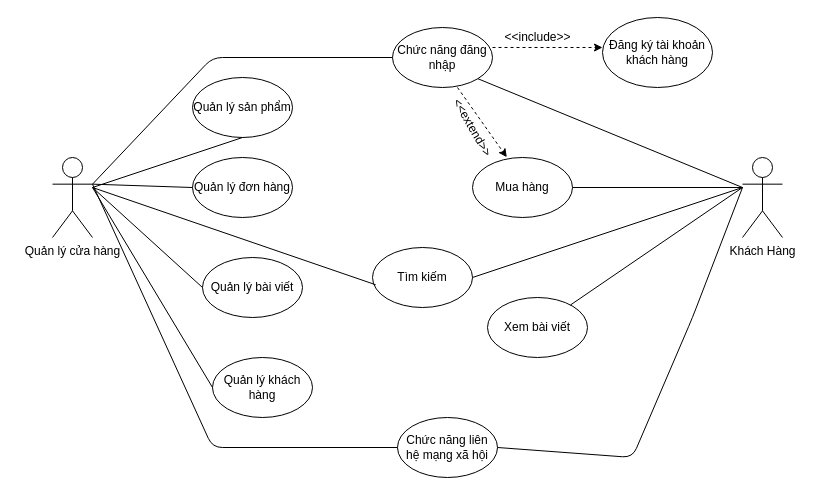
Earlier version of the draw.io diagram Untitled Diagram.drawio (truongflute/truongflute.github.io). Source tidied: cells renumbered, new cells numbered last; positions are measured from the earlier drawing's top-left corner, leaving out a move shared by most shapes. Both pictures are drawn from the tidied source at 100%, with x=0, y=0 at pixel (52, 17).
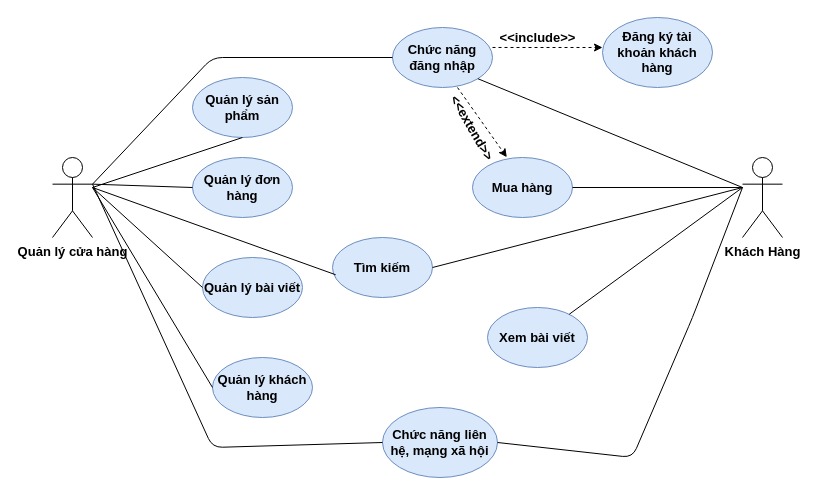
After the change.

What changed in the source:
```diff
@@
-    <mxCell id="2" value="Quản lý cửa hàng" style="shape=umlActor;verticalLabelPosition=bottom;verticalAlign=top;html=1;outlineConnect=0;" parent="1" vertex="1">
+    <mxCell id="2" value="Quản lý cửa hàng" style="shape=umlActor;verticalLabelPosition=bottom;verticalAlign=top;html=1;outlineConnect=0;fontSize=13;fontStyle=1;" parent="1" vertex="1">
       <mxGeometry y="140" width="40" height="80" as="geometry" />
     </mxCell>
-    <mxCell id="3" value="Chức năng đăng nhập" style="ellipse;whiteSpace=wrap;html=1;" parent="1" vertex="1">
+    <mxCell id="3" value="Chức năng đăng nhập" style="ellipse;whiteSpace=wrap;html=1;fillColor=#dae8fc;strokeColor=#6c8ebf;fontSize=13;fontStyle=1;" parent="1" vertex="1">
       <mxGeometry x="340" y="10" width="100" height="60" as="geometry" />
     </mxCell>
-    <mxCell id="4" value="Quản lý sản phẩm" style="ellipse;whiteSpace=wrap;html=1;" parent="1" vertex="1">
+    <mxCell id="4" value="Quản lý sản phẩm" style="ellipse;whiteSpace=wrap;html=1;fillColor=#dae8fc;strokeColor=#6c8ebf;fontSize=13;fontStyle=1;" parent="1" vertex="1">
       <mxGeometry x="140" y="60" width="100" height="60" as="geometry" />
     </mxCell>
-    <mxCell id="5" value="Quản lý đơn hàng" style="ellipse;whiteSpace=wrap;html=1;" parent="1" vertex="1">
+    <mxCell id="5" value="Quản lý đơn hàng" style="ellipse;whiteSpace=wrap;html=1;fillColor=#dae8fc;strokeColor=#6c8ebf;fontSize=13;fontStyle=1;" parent="1" vertex="1">
       <mxGeometry x="140" y="140" width="100" height="60" as="geometry" />
     </mxCell>
-    <mxCell id="6" value="Quản lý bài viết" style="ellipse;whiteSpace=wrap;html=1;" parent="1" vertex="1">
+    <mxCell id="6" value="Quản lý bài viết" style="ellipse;whiteSpace=wrap;html=1;fillColor=#dae8fc;strokeColor=#6c8ebf;fontSize=13;fontStyle=1;" parent="1" vertex="1">
       <mxGeometry x="150" y="240" width="100" height="60" as="geometry" />
     </mxCell>
-    <mxCell id="7" value="Quản lý khách hàng" style="ellipse;whiteSpace=wrap;html=1;" parent="1" vertex="1">
+    <mxCell id="7" value="Quản lý khách hàng" style="ellipse;whiteSpace=wrap;html=1;fillColor=#dae8fc;strokeColor=#6c8ebf;fontSize=13;fontStyle=1;" parent="1" vertex="1">
       <mxGeometry x="160" y="340" width="100" height="60" as="geometry" />
     </mxCell>
-    <mxCell id="8" style="endArrow=none;html=1;exitX=1;exitY=0.3333333333333333;exitDx=0;exitDy=0;exitPerimeter=0;" parent="1" edge="1" source="2" target="3">
+    <mxCell id="8" style="endArrow=none;html=1;exitX=1;exitY=0.3333333333333333;exitDx=0;exitDy=0;exitPerimeter=0;fontSize=13;fontStyle=1;" parent="1" edge="1" source="2" target="3">
       <mxGeometry relative="1" as="geometry">
         <Array as="points">
           <mxPoint x="160" y="40" />
         </Array>
       </mxGeometry>
     </mxCell>
-    <mxCell id="9" value="Khách Hàng" style="shape=umlActor;verticalLabelPosition=bottom;verticalAlign=top;html=1;" parent="1" vertex="1">
+    <mxCell id="9" value="Khách Hàng" style="shape=umlActor;verticalLabelPosition=bottom;verticalAlign=top;html=1;fontSize=13;fontStyle=1;" parent="1" vertex="1">
       <mxGeometry x="690" y="140" width="40" height="80" as="geometry" />
     </mxCell>
-    <mxCell id="10" style="endArrow=none;html=1;entryX=0.5;entryY=1;entryDx=0;entryDy=0;" parent="1" edge="1" target="4">
+    <mxCell id="10" style="endArrow=none;html=1;entryX=0.5;entryY=1;entryDx=0;entryDy=0;fontSize=13;fontStyle=1;" parent="1" edge="1" target="4">
       <mxGeometry relative="1" as="geometry">
         <mxPoint x="40" y="170" as="sourcePoint" />
       </mxGeometry>
     </mxCell>
-    <mxCell id="11" style="endArrow=none;html=1;entryX=1;entryY=0.3333333333333333;entryDx=0;entryDy=0;entryPerimeter=0;exitX=0;exitY=0.5;exitDx=0;exitDy=0;" parent="1" edge="1" source="5" target="2">
+    <mxCell id="11" style="endArrow=none;html=1;entryX=1;entryY=0.3333333333333333;entryDx=0;entryDy=0;entryPerimeter=0;exitX=0;exitY=0.5;exitDx=0;exitDy=0;fontSize=13;fontStyle=1;" parent="1" edge="1" source="5" target="2">
       <mxGeometry relative="1" as="geometry" />
     </mxCell>
-    <mxCell id="12" style="endArrow=none;html=1;entryX=0;entryY=0.5;entryDx=0;entryDy=0;" parent="1" edge="1" target="6">
+    <mxCell id="12" style="endArrow=none;html=1;entryX=0;entryY=0.5;entryDx=0;entryDy=0;fontSize=13;fontStyle=1;" parent="1" edge="1" target="6">
       <mxGeometry relative="1" as="geometry">
         <mxPoint x="40" y="170" as="sourcePoint" />
       </mxGeometry>
     </mxCell>
-    <mxCell id="13" style="endArrow=none;html=1;exitX=0;exitY=0.5;exitDx=0;exitDy=0;" parent="1" edge="1" source="7">
+    <mxCell id="13" style="endArrow=none;html=1;exitX=0;exitY=0.5;exitDx=0;exitDy=0;fontSize=13;fontStyle=1;" parent="1" edge="1" source="7">
       <mxGeometry relative="1" as="geometry">
         <mxPoint x="40" y="170" as="targetPoint" />
       </mxGeometry>
     </mxCell>
-    <mxCell id="14" value="Chức năng liên hệ mạng xã hội" style="ellipse;whiteSpace=wrap;html=1;" parent="1" vertex="1">
-      <mxGeometry x="345" y="400" width="100" height="60" as="geometry" />
+    <mxCell id="14" value="Chức năng liên hệ, mạng xã hội" style="ellipse;whiteSpace=wrap;html=1;fillColor=#dae8fc;strokeColor=#6c8ebf;fontSize=13;fontStyle=1;" parent="1" vertex="1">
+      <mxGeometry x="330" y="390" width="115" height="70" as="geometry" />
     </mxCell>
-    <mxCell id="15" style="endArrow=none;html=1;exitX=1;exitY=0.3333333333333333;exitDx=0;exitDy=0;exitPerimeter=0;entryX=0;entryY=0.5;entryDx=0;entryDy=0;" parent="1" edge="1" source="2" target="14">
+    <mxCell id="15" style="endArrow=none;html=1;exitX=1;exitY=0.3333333333333333;exitDx=0;exitDy=0;exitPerimeter=0;entryX=0;entryY=0.5;entryDx=0;entryDy=0;fontSize=13;fontStyle=1;" parent="1" edge="1" source="2" target="14">
       <mxGeometry relative="1" as="geometry">
         <Array as="points">
           <mxPoint x="160" y="430" />
         </Array>
       </mxGeometry>
     </mxCell>
-    <mxCell id="16" value="Mua hàng" style="ellipse;whiteSpace=wrap;html=1;" parent="1" vertex="1">
+    <mxCell id="16" value="Mua hàng" style="ellipse;whiteSpace=wrap;html=1;fillColor=#dae8fc;strokeColor=#6c8ebf;fontSize=13;fontStyle=1;" parent="1" vertex="1">
       <mxGeometry x="420" y="140" width="100" height="60" as="geometry" />
     </mxCell>
-    <mxCell id="17" style="endArrow=none;html=1;exitX=1;exitY=1;exitDx=0;exitDy=0;" parent="1" edge="1" source="3">
+    <mxCell id="17" style="endArrow=none;html=1;exitX=1;exitY=1;exitDx=0;exitDy=0;fontSize=13;fontStyle=1;" parent="1" edge="1" source="3">
       <mxGeometry relative="1" as="geometry">
         <mxPoint x="690" y="170" as="targetPoint" />
       </mxGeometry>
     </mxCell>
-    <mxCell id="18" style="endArrow=none;html=1;exitX=1;exitY=0.5;exitDx=0;exitDy=0;" parent="1" edge="1" source="14">
+    <mxCell id="18" style="endArrow=none;html=1;exitX=1;exitY=0.5;exitDx=0;exitDy=0;fontSize=13;fontStyle=1;" parent="1" edge="1" source="14">
       <mxGeometry relative="1" as="geometry">
         <mxPoint x="690" y="170" as="targetPoint" />
         <Array as="points">
           <mxPoint x="580" y="440" />
           <mxPoint x="640" y="300" />
         </Array>
       </mxGeometry>
     </mxCell>
-    <mxCell id="19" style="endArrow=none;html=1;exitX=1;exitY=0.5;exitDx=0;exitDy=0;" parent="1" edge="1" source="16">
+    <mxCell id="19" style="endArrow=none;html=1;exitX=1;exitY=0.5;exitDx=0;exitDy=0;fontSize=13;fontStyle=1;" parent="1" edge="1" source="16">
       <mxGeometry relative="1" as="geometry">
         <mxPoint x="690" y="170" as="targetPoint" />
       </mxGeometry>
     </mxCell>
-    <mxCell id="20" value="Tìm kiếm" style="ellipse;whiteSpace=wrap;html=1;" parent="1" vertex="1">
-      <mxGeometry x="320" y="230" width="100" height="60" as="geometry" />
+    <mxCell id="20" value="Tìm kiếm" style="ellipse;whiteSpace=wrap;html=1;fillColor=#dae8fc;strokeColor=#6c8ebf;fontSize=13;fontStyle=1;" parent="1" vertex="1">
+      <mxGeometry x="280" y="220" width="100" height="60" as="geometry" />
     </mxCell>
-    <mxCell id="21" style="endArrow=none;html=1;exitX=0.032;exitY=0.621;exitDx=0;exitDy=0;exitPerimeter=0;" parent="1" edge="1" source="20">
+    <mxCell id="21" style="endArrow=none;html=1;exitX=0.032;exitY=0.621;exitDx=0;exitDy=0;exitPerimeter=0;fontSize=13;fontStyle=1;" parent="1" edge="1" source="20">
       <mxGeometry relative="1" as="geometry">
         <mxPoint x="40" y="170" as="targetPoint" />
       </mxGeometry>
     </mxCell>
-    <mxCell id="22" style="endArrow=none;html=1;exitX=1;exitY=0.5;exitDx=0;exitDy=0;" parent="1" edge="1" source="20">
+    <mxCell id="22" style="endArrow=none;html=1;exitX=1;exitY=0.5;exitDx=0;exitDy=0;fontSize=13;fontStyle=1;" parent="1" edge="1" source="20">
       <mxGeometry relative="1" as="geometry">
         <mxPoint x="690" y="170" as="targetPoint" />
       </mxGeometry>
     </mxCell>
-    <mxCell id="23" value="Đăng ký tài khoản khách hàng" style="ellipse;whiteSpace=wrap;html=1;" parent="1" vertex="1">
+    <mxCell id="23" value="Đăng ký tài khoản khách hàng" style="ellipse;whiteSpace=wrap;html=1;fillColor=#dae8fc;strokeColor=#6c8ebf;fontSize=13;fontStyle=1;" parent="1" vertex="1">
       <mxGeometry x="550" width="110" height="70" as="geometry" />
     </mxCell>
-    <mxCell id="24" style="endArrow=classic;html=1;exitX=1;exitY=0.333;exitDx=0;exitDy=0;exitPerimeter=0;dashed=1;" parent="1" edge="1" source="3">
+    <mxCell id="24" style="endArrow=classic;html=1;exitX=1;exitY=0.333;exitDx=0;exitDy=0;exitPerimeter=0;dashed=1;fontSize=13;fontStyle=1;" parent="1" edge="1" source="3">
       <mxGeometry relative="1" as="geometry">
         <mxPoint x="550" y="30" as="targetPoint" />
       </mxGeometry>
     </mxCell>
-    <mxCell id="25" value="&amp;lt;&amp;lt;include&amp;gt;&amp;gt;" style="text;html=1;align=center;verticalAlign=middle;strokeColor=none;" parent="1" vertex="1">
-      <mxGeometry x="445" y="10" width="80" height="20" as="geometry" />
+    <mxCell id="25" value="&amp;lt;&amp;lt;include&amp;gt;&amp;gt;" style="text;html=1;align=center;verticalAlign=middle;strokeColor=none;fontSize=13;fontStyle=1;" parent="1" vertex="1">
+      <mxGeometry x="440" y="10" width="90" height="20" as="geometry" />
     </mxCell>
-    <mxCell id="26" style="endArrow=classic;html=1;dashed=1;entryX=0.343;entryY=-0.005;entryDx=0;entryDy=0;entryPerimeter=0;" parent="1" edge="1" target="16">
+    <mxCell id="26" style="endArrow=classic;html=1;dashed=1;entryX=0.343;entryY=-0.005;entryDx=0;entryDy=0;entryPerimeter=0;fontSize=13;fontStyle=1;" parent="1" edge="1" target="16">
       <mxGeometry relative="1" as="geometry">
         <mxPoint x="405" y="70" as="sourcePoint" />
       </mxGeometry>
     </mxCell>
-    <mxCell id="27" value="&amp;lt;&amp;lt;extend&amp;gt;&amp;gt;" style="text;html=1;align=center;verticalAlign=middle;strokeColor=none;rotation=60;" parent="1" vertex="1">
-      <mxGeometry x="380" y="100" width="80" height="20" as="geometry" />
+    <mxCell id="27" value="&amp;lt;&amp;lt;extend&amp;gt;&amp;gt;" style="text;html=1;align=center;verticalAlign=middle;strokeColor=none;rotation=60;fontSize=13;fontStyle=1;" parent="1" vertex="1">
+      <mxGeometry x="375" y="100" width="90" height="20" as="geometry" />
     </mxCell>
-    <mxCell id="28" value="Xem bài viết" style="ellipse;whiteSpace=wrap;html=1;" parent="1" vertex="1">
-      <mxGeometry x="435" y="280" width="100" height="60" as="geometry" />
+    <mxCell id="28" value="Xem bài viết" style="ellipse;whiteSpace=wrap;html=1;fillColor=#dae8fc;strokeColor=#6c8ebf;fontSize=13;fontStyle=1;" parent="1" vertex="1">
+      <mxGeometry x="435" y="290" width="100" height="60" as="geometry" />
     </mxCell>
-    <mxCell id="29" style="endArrow=none;html=1;" parent="1" edge="1" source="28">
+    <mxCell id="29" style="endArrow=none;html=1;fontSize=13;fontStyle=1;" parent="1" edge="1" source="28">
       <mxGeometry relative="1" as="geometry">
         <mxPoint x="690" y="170" as="targetPoint" />
       </mxGeometry>
     </mxCell>
```
